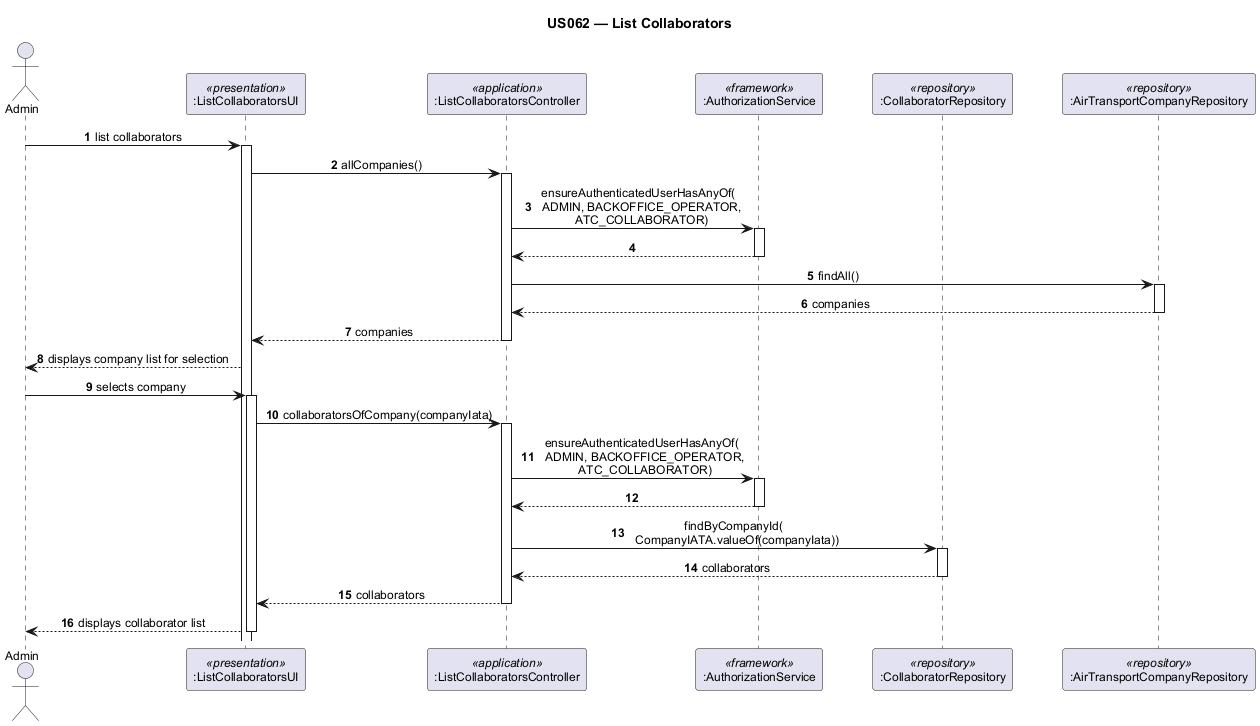
Above: docs/Sprint2/EAPLI/us_062/sd_us062_list_collaborators.png in 1240826/aisafe-flight-control (PlantUML), before the change.
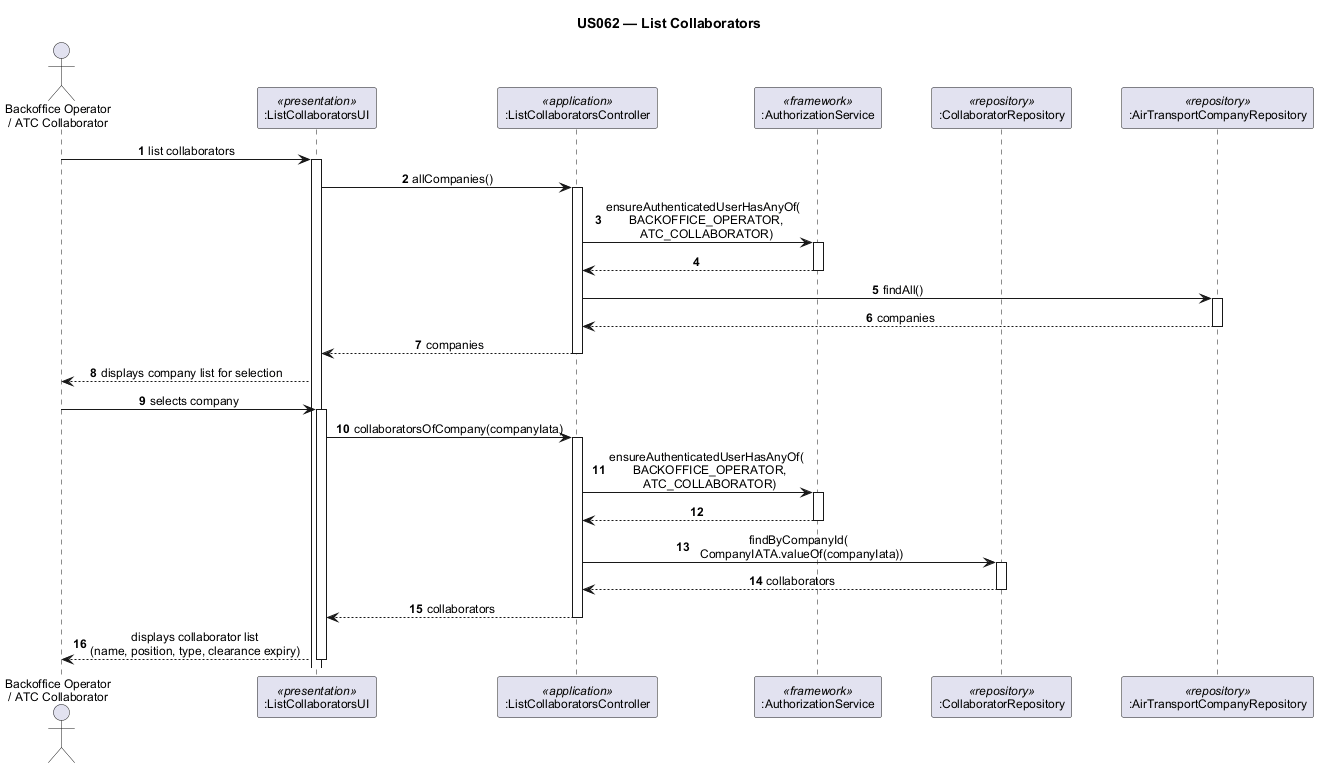
Above is the later version.

Commit message:
Collaborator SDs update, documentation done - References #35 #38

The edit, as a diff of the source:
```diff
@@ -1,5 +1,4 @@
 @startuml sd_us062_list_collaborators
-skinparamlocked defaultFontSize 20
 title US062 — List Collaborators
 
 skinparam sequenceMessageAlign center
@@ -9,7 +8,7 @@
 
 autonumber
 
-actor "Admin" as actor
+actor "Backoffice Operator\n/ ATC Collaborator" as actor
 participant ":ListCollaboratorsUI" as ui <<presentation>>
 participant ":ListCollaboratorsController" as ctrl <<application>>
 participant ":AuthorizationService" as authz <<framework>>
@@ -21,7 +20,7 @@
 
 ui -> ctrl : allCompanies()
 activate ctrl
-ctrl -> authz : ensureAuthenticatedUserHasAnyOf(\n  ADMIN, BACKOFFICE_OPERATOR,\n  ATC_COLLABORATOR)
+ctrl -> authz : ensureAuthenticatedUserHasAnyOf(\n  BACKOFFICE_OPERATOR,\n  ATC_COLLABORATOR)
 activate authz
 authz --> ctrl
 deactivate authz
@@ -39,7 +38,7 @@
 
 ui -> ctrl : collaboratorsOfCompany(companyIata)
 activate ctrl
-ctrl -> authz : ensureAuthenticatedUserHasAnyOf(\n  ADMIN, BACKOFFICE_OPERATOR,\n  ATC_COLLABORATOR)
+ctrl -> authz : ensureAuthenticatedUserHasAnyOf(\n  BACKOFFICE_OPERATOR,\n  ATC_COLLABORATOR)
 activate authz
 authz --> ctrl
 deactivate authz
@@ -50,7 +49,7 @@
 ctrl --> ui : collaborators
 deactivate ctrl
 
-ui --> actor : displays collaborator list
+ui --> actor : displays collaborator list\n(name, position, type, clearance expiry)
 deactivate ui
 
 @enduml
```
